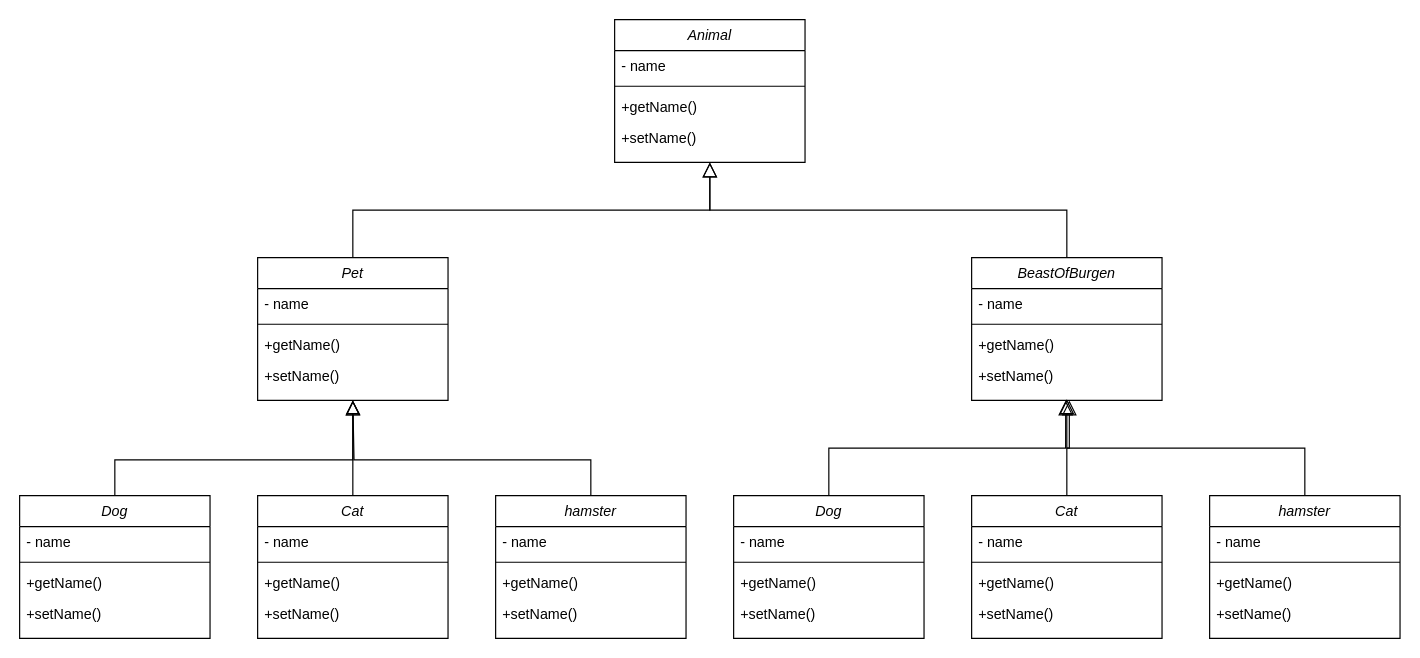
The draw.io diagram src/main/Specialisation_Task_06.drawio in Mortimer08/Specialisation, before the edit. Source tidied: cells renumbered, new cells numbered last; positions are measured from the earlier drawing's top-left corner, leaving out a move shared by most shapes. Both pictures are drawn from the tidied source at 119%, with x=0, y=0 at pixel (19, 19).
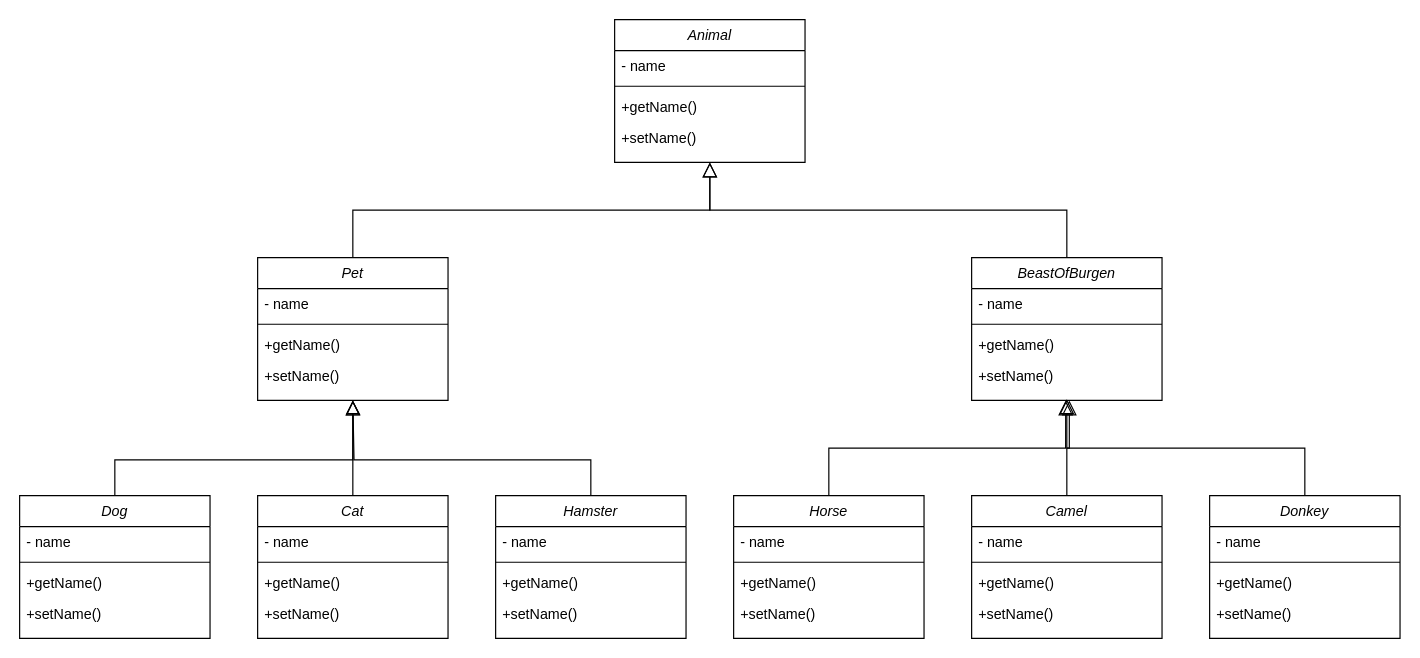
The same diagram, later.

What changed in the source:
```diff
@@
-    <mxCell id="32" value="hamster" style="swimlane;fontStyle=2;align=center;verticalAlign=top;horizontal=1;startSize=26;rounded=0;shadow=0;strokeWidth=1;fillColor=none;" parent="1" vertex="1">
+    <mxCell id="32" value="Hamster" style="swimlane;fontStyle=2;align=center;verticalAlign=top;horizontal=1;startSize=26;rounded=0;shadow=0;strokeWidth=1;fillColor=none;" parent="1" vertex="1">
       <mxGeometry x="400" y="400" width="160" height="120" as="geometry" />
     </mxCell>
@@
-    <mxCell id="38" value="Dog" style="swimlane;fontStyle=2;align=center;verticalAlign=top;horizontal=1;startSize=26;rounded=0;shadow=0;strokeWidth=1;fillColor=none;" parent="1" vertex="1">
+    <mxCell id="38" value="Horse" style="swimlane;fontStyle=2;align=center;verticalAlign=top;horizontal=1;startSize=26;rounded=0;shadow=0;strokeWidth=1;fillColor=none;" parent="1" vertex="1">
       <mxGeometry x="600" y="400" width="160" height="120" as="geometry" />
     </mxCell>
@@
-    <mxCell id="44" value="Cat" style="swimlane;fontStyle=2;align=center;verticalAlign=top;horizontal=1;startSize=26;rounded=0;shadow=0;strokeWidth=1;fillColor=none;" parent="1" vertex="1">
+    <mxCell id="44" value="Camel" style="swimlane;fontStyle=2;align=center;verticalAlign=top;horizontal=1;startSize=26;rounded=0;shadow=0;strokeWidth=1;fillColor=none;" parent="1" vertex="1">
       <mxGeometry x="800" y="400" width="160" height="120" as="geometry" />
     </mxCell>
@@
-    <mxCell id="50" value="hamster" style="swimlane;fontStyle=2;align=center;verticalAlign=top;horizontal=1;startSize=26;rounded=0;shadow=0;strokeWidth=1;fillColor=none;" parent="1" vertex="1">
+    <mxCell id="50" value="Donkey" style="swimlane;fontStyle=2;align=center;verticalAlign=top;horizontal=1;startSize=26;rounded=0;shadow=0;strokeWidth=1;fillColor=none;" parent="1" vertex="1">
       <mxGeometry x="1000" y="400" width="160" height="120" as="geometry" />
     </mxCell>
```
